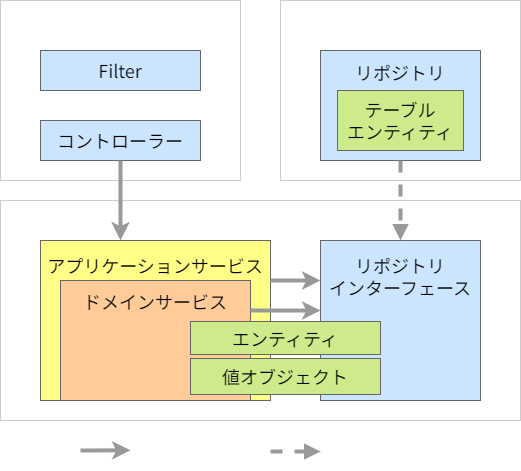
This is documents/contents/images/app-architecture/client-side-rendering/csr-architecture-dark.png from AlesInfiny/maia, a draw.io export, as it was before one commit. Source tidied: cells renumbered, new cells last; positions are measured from the earlier drawing's top-left corner, leaving out a move shared by most shapes.
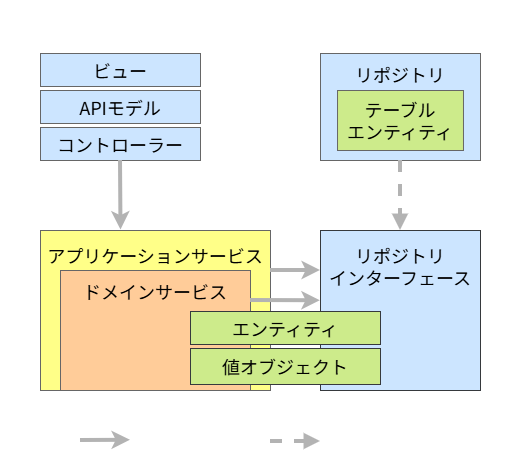
Above is the later version.

Diff of the diagram source:
```diff
@@ -2,73 +2,74 @@
   <root>
     <mxCell id="0" />
     <mxCell id="1" parent="0" />
-    <mxCell id="2" value="&lt;font&gt;アプリケーションコア層&lt;br&gt;&lt;/font&gt;" style="rounded=0;whiteSpace=wrap;html=1;fontFamily=Noto Sans JP;fontSize=18;strokeWidth=1;fontSource=https%3A%2F%2Ffonts.googleapis.com%2Fcss%3Ffamily%3DNoto%2BSans%2BJP;fillColor=none;strokeColor=#CCCCCC;spacingTop=8;verticalAlign=top;fontColor=#FFFFFF;" parent="1" vertex="1">
+    <mxCell id="2" value="&lt;font&gt;&lt;span style=&quot;color: rgb(255, 255, 255);&quot;&gt;アプリケーションコア層&lt;/span&gt;&lt;br&gt;&lt;/font&gt;" style="rounded=0;whiteSpace=wrap;html=1;fontFamily=Noto Sans JP;fontSize=18;strokeWidth=1;fontSource=https%3A%2F%2Ffonts.googleapis.com%2Fcss%3Ffamily%3DNoto%2BSans%2BJP;fillColor=none;strokeColor=#FFFFFF;spacingTop=8;verticalAlign=top;fontColor=#FFFFFF;" parent="1" vertex="1">
       <mxGeometry y="200" width="520" height="220" as="geometry" />
     </mxCell>
     <mxCell id="3" value="&lt;div&gt;&lt;font color=&quot;#000000&quot;&gt;アプリケーションサービス&lt;/font&gt;&lt;/div&gt;" style="rounded=0;whiteSpace=wrap;html=1;fontFamily=Noto Sans JP;fontSize=18;fillColor=#ffff88;strokeColor=#666666;strokeWidth=1;spacingLeft=0;fontSource=https%3A%2F%2Ffonts.googleapis.com%2Fcss%3Ffamily%3DNoto%2BSans%2BJP;align=center;verticalAlign=top;spacingTop=8;" parent="1" vertex="1">
       <mxGeometry x="40" y="240" width="230" height="160" as="geometry" />
     </mxCell>
-    <mxCell id="4" value="&lt;font&gt;インフラストラクチャ層&lt;br&gt;&lt;/font&gt;" style="rounded=0;whiteSpace=wrap;html=1;fontFamily=Noto Sans JP;fontSize=18;strokeWidth=1;fontSource=https%3A%2F%2Ffonts.googleapis.com%2Fcss%3Ffamily%3DNoto%2BSans%2BJP;fillColor=none;strokeColor=#CCCCCC;spacingTop=8;verticalAlign=top;fontColor=#FFFFFF;" parent="1" vertex="1">
-      <mxGeometry x="280" width="240" height="180" as="geometry" />
+    <mxCell id="4" value="&lt;font&gt;&lt;span style=&quot;color: rgb(255, 255, 255);&quot;&gt;インフラストラクチャ層&lt;/span&gt;&lt;br&gt;&lt;/font&gt;" style="rounded=0;whiteSpace=wrap;html=1;fontFamily=Noto Sans JP;fontSize=18;strokeWidth=1;fontSource=https%3A%2F%2Ffonts.googleapis.com%2Fcss%3Ffamily%3DNoto%2BSans%2BJP;fillColor=none;strokeColor=#FFFFFF;spacingTop=8;verticalAlign=top;fontColor=#FFFFFF;" parent="1" vertex="1">
+      <mxGeometry x="280" y="10" width="240" height="170" as="geometry" />
     </mxCell>
-    <mxCell id="5" value="&lt;font&gt;プレゼンテーション層&lt;br&gt;&lt;/font&gt;" style="rounded=0;whiteSpace=wrap;html=1;fontFamily=Noto Sans JP;fontSize=18;strokeWidth=1;fontSource=https%3A%2F%2Ffonts.googleapis.com%2Fcss%3Ffamily%3DNoto%2BSans%2BJP;fillColor=none;strokeColor=#CCCCCC;spacingTop=8;verticalAlign=top;fontColor=#FFFFFF;" parent="1" vertex="1">
-      <mxGeometry width="240" height="180" as="geometry" />
+    <mxCell id="5" value="&lt;font&gt;&lt;span style=&quot;color: rgb(255, 255, 255);&quot;&gt;プレゼンテーション層&lt;/span&gt;&lt;br&gt;&lt;/font&gt;" style="rounded=0;whiteSpace=wrap;html=1;fontFamily=Noto Sans JP;fontSize=18;strokeWidth=1;fontSource=https%3A%2F%2Ffonts.googleapis.com%2Fcss%3Ffamily%3DNoto%2BSans%2BJP;fillColor=none;strokeColor=#FFFFFF;spacingTop=8;verticalAlign=top;fontColor=#FFFFFF;" parent="1" vertex="1">
+      <mxGeometry y="10" width="240" height="170" as="geometry" />
     </mxCell>
     <mxCell id="6" value="&lt;div&gt;&lt;font color=&quot;#000000&quot;&gt;ドメインサービス&lt;/font&gt;&lt;/div&gt;" style="rounded=0;whiteSpace=wrap;html=1;fontFamily=Noto Sans JP;fontSize=18;fillColor=#ffcc99;strokeColor=#666666;strokeWidth=1;spacingLeft=0;fontSource=https%3A%2F%2Ffonts.googleapis.com%2Fcss%3Ffamily%3DNoto%2BSans%2BJP;align=center;verticalAlign=top;spacingTop=4;" parent="1" vertex="1">
       <mxGeometry x="60" y="280" width="190" height="120" as="geometry" />
     </mxCell>
     <mxCell id="7" value="&lt;font color=&quot;#000000&quot;&gt;リポジトリ&lt;br&gt;&lt;br&gt;&lt;br&gt;&lt;br&gt;&lt;/font&gt;" style="rounded=0;whiteSpace=wrap;html=1;fontFamily=Noto Sans JP;fontSize=18;fillColor=#cce5ff;strokeColor=#666666;strokeWidth=1;spacingLeft=0;fontSource=https%3A%2F%2Ffonts.googleapis.com%2Fcss%3Ffamily%3DNoto%2BSans%2BJP;" parent="1" vertex="1">
-      <mxGeometry x="320" y="50" width="160" height="110" as="geometry" />
+      <mxGeometry x="320" y="63" width="160" height="107" as="geometry" />
     </mxCell>
-    <mxCell id="8" value="&lt;font color=&quot;#000000&quot;&gt;リポジトリ&lt;br&gt;インターフェース&lt;br&gt;&lt;/font&gt;" style="rounded=0;whiteSpace=wrap;html=1;fontFamily=Noto Sans JP;fontSize=18;fillColor=#cce5ff;strokeColor=#666666;strokeWidth=1;spacingLeft=0;fontSource=https%3A%2F%2Ffonts.googleapis.com%2Fcss%3Ffamily%3DNoto%2BSans%2BJP;verticalAlign=top;spacingTop=8;" parent="1" vertex="1">
+    <mxCell id="8" value="&lt;font color=&quot;#000000&quot;&gt;リポジトリ&lt;br&gt;インターフェース&lt;br&gt;&lt;/font&gt;" style="rounded=0;whiteSpace=wrap;html=1;fontFamily=Noto Sans JP;fontSize=18;fillColor=#cce5ff;strokeColor=#36393d;strokeWidth=1;spacingLeft=0;fontSource=https%3A%2F%2Ffonts.googleapis.com%2Fcss%3Ffamily%3DNoto%2BSans%2BJP;verticalAlign=top;spacingTop=8;" parent="1" vertex="1">
       <mxGeometry x="320" y="240" width="160" height="160" as="geometry" />
     </mxCell>
     <mxCell id="9" value="&lt;font color=&quot;#000000&quot;&gt;コントローラー&lt;/font&gt;" style="rounded=0;whiteSpace=wrap;html=1;fontFamily=Noto Sans JP;fontSize=18;fillColor=#cce5ff;strokeColor=#666666;strokeWidth=1;spacingLeft=0;fontSource=https%3A%2F%2Ffonts.googleapis.com%2Fcss%3Ffamily%3DNoto%2BSans%2BJP;" parent="1" vertex="1">
-      <mxGeometry x="40" y="120" width="160" height="40" as="geometry" />
+      <mxGeometry x="40" y="137" width="160" height="33" as="geometry" />
     </mxCell>
-    <mxCell id="10" value="&lt;font color=&quot;#000000&quot;&gt;Filter&lt;/font&gt;" style="rounded=0;whiteSpace=wrap;html=1;fontFamily=Noto Sans JP;fontSize=18;fillColor=#cce5ff;strokeColor=#666666;strokeWidth=1;spacingLeft=0;fontSource=https%3A%2F%2Ffonts.googleapis.com%2Fcss%3Ffamily%3DNoto%2BSans%2BJP;" parent="1" vertex="1">
-      <mxGeometry x="40" y="50" width="160" height="40" as="geometry" />
-    </mxCell>
+    <mxCell id="22" value="APIモデル" style="rounded=0;whiteSpace=wrap;html=1;fontFamily=Noto Sans JP;fontSize=18;fillColor=#cce5ff;strokeColor=#666666;strokeWidth=1;spacingLeft=0;fontSource=https%3A%2F%2Ffonts.googleapis.com%2Fcss%3Ffamily%3DNoto%2BSans%2BJP;" parent="1" vertex="1">
+      <mxGeometry x="40" y="100" width="160" height="33" as="geometry" />
+    </mxCell>
     <mxCell id="11" value="&lt;font color=&quot;#000000&quot;&gt;テーブル&lt;br&gt;エンティティ&lt;/font&gt;" style="rounded=0;whiteSpace=wrap;html=1;fontFamily=Noto Sans JP;fontSize=18;fillColor=#cdeb8b;strokeColor=#666666;strokeWidth=1;spacingLeft=0;fontSource=https%3A%2F%2Ffonts.googleapis.com%2Fcss%3Ffamily%3DNoto%2BSans%2BJP;" parent="1" vertex="1">
-      <mxGeometry x="337" y="90" width="126" height="60" as="geometry" />
+      <mxGeometry x="337" y="100" width="126" height="60" as="geometry" />
     </mxCell>
-    <mxCell id="12" style="edgeStyle=none;sketch=0;html=1;exitX=0.5;exitY=1;exitDx=0;exitDy=0;shadow=0;fontColor=#000000;endArrow=classic;endFill=1;strokeColor=#999999;strokeWidth=4;" parent="1" edge="1" source="9">
-      <mxGeometry relative="1" as="geometry">
-        <mxPoint x="120" y="240" as="targetPoint" />
-      </mxGeometry>
-    </mxCell>
+    <mxCell id="23" style="edgeStyle=none;sketch=0;html=1;exitX=0.5;exitY=1;exitDx=0;exitDy=0;shadow=0;fontColor=#000000;endArrow=classic;endFill=1;strokeColor=#B3B3B3;strokeWidth=4;entryX=0.35;entryY=-0.003;entryDx=0;entryDy=0;entryPerimeter=0;" parent="1" edge="1" source="9" target="3">
+      <mxGeometry relative="1" as="geometry" />
+    </mxCell>
-    <mxCell id="13" style="edgeStyle=none;sketch=0;html=1;exitX=0.5;exitY=1;exitDx=0;exitDy=0;shadow=0;fontColor=#000000;endArrow=block;endFill=1;strokeColor=#999999;strokeWidth=4;dashed=1;" parent="1" edge="1" source="7" target="8">
+    <mxCell id="13" style="edgeStyle=none;sketch=0;html=1;exitX=0.5;exitY=1;exitDx=0;exitDy=0;shadow=0;fontColor=#000000;endArrow=block;endFill=1;strokeColor=#B3B3B3;strokeWidth=4;dashed=1;" parent="1" edge="1" source="7" target="8">
       <mxGeometry relative="1" as="geometry" />
     </mxCell>
-    <mxCell id="14" value="値オブジェクト" style="rounded=0;whiteSpace=wrap;html=1;fontFamily=Noto Sans JP;fontSize=18;fillColor=#cdeb8b;strokeColor=#666666;strokeWidth=1;spacingLeft=0;fontSource=https%3A%2F%2Ffonts.googleapis.com%2Fcss%3Ffamily%3DNoto%2BSans%2BJP;" parent="1" vertex="1">
-      <mxGeometry x="190" y="358" width="190" height="36" as="geometry" />
-    </mxCell>
     <mxCell id="15" value="依存関係" style="text;html=1;strokeColor=none;fillColor=none;align=left;verticalAlign=middle;whiteSpace=wrap;rounded=0;fontFamily=Noto Sans JP;fontSource=https%3A%2F%2Ffonts.googleapis.com%2Fcss%3Ffamily%3DNoto%2BSans%2BJP;fontSize=18;fontColor=#FFFFFF;" parent="1" vertex="1">
       <mxGeometry x="140" y="430" width="90" height="40" as="geometry" />
     </mxCell>
-    <mxCell id="16" style="edgeStyle=none;sketch=0;html=1;shadow=0;fontColor=#000000;endArrow=classic;endFill=1;strokeColor=#999999;strokeWidth=4;" parent="1" edge="1">
-      <mxGeometry relative="1" as="geometry">
-        <mxPoint x="80" y="450" as="sourcePoint" />
-        <mxPoint x="130" y="449.8" as="targetPoint" />
-      </mxGeometry>
-    </mxCell>
+    <mxCell id="24" style="edgeStyle=none;sketch=0;html=1;shadow=0;fontColor=#000000;endArrow=classic;endFill=1;strokeColor=#B3B3B3;strokeWidth=4;" parent="1" edge="1">
+      <mxGeometry relative="1" as="geometry">
+        <mxPoint x="80" y="450" as="sourcePoint" />
+        <mxPoint x="130" y="449.8" as="targetPoint" />
+      </mxGeometry>
+    </mxCell>
     <mxCell id="17" value="実装関係" style="text;html=1;strokeColor=none;fillColor=none;align=left;verticalAlign=middle;whiteSpace=wrap;rounded=0;fontFamily=Noto Sans JP;fontSource=https%3A%2F%2Ffonts.googleapis.com%2Fcss%3Ffamily%3DNoto%2BSans%2BJP;fontSize=18;fontColor=#FFFFFF;" parent="1" vertex="1">
       <mxGeometry x="328.4" y="430" width="90" height="40" as="geometry" />
     </mxCell>
-    <mxCell id="18" style="edgeStyle=none;sketch=0;html=1;shadow=0;fontColor=#000000;endArrow=block;endFill=1;strokeColor=#999999;strokeWidth=4;dashed=1;" parent="1" edge="1">
-      <mxGeometry relative="1" as="geometry">
-        <mxPoint x="270" y="451" as="sourcePoint" />
-        <mxPoint x="320" y="451" as="targetPoint" />
-      </mxGeometry>
-    </mxCell>
+    <mxCell id="25" style="edgeStyle=none;sketch=0;html=1;shadow=0;fontColor=#000000;endArrow=block;endFill=1;strokeColor=#B3B3B3;strokeWidth=4;dashed=1;" parent="1" edge="1">
+      <mxGeometry relative="1" as="geometry">
+        <mxPoint x="270" y="451" as="sourcePoint" />
+        <mxPoint x="320" y="451" as="targetPoint" />
+      </mxGeometry>
+    </mxCell>
-    <mxCell id="19" style="edgeStyle=none;sketch=0;html=1;shadow=0;fontColor=#000000;endArrow=classic;endFill=1;strokeColor=#999999;strokeWidth=4;exitX=1;exitY=0.25;exitDx=0;exitDy=0;entryX=0;entryY=0.438;entryDx=0;entryDy=0;entryPerimeter=0;" parent="1" edge="1" source="6" target="8">
+    <mxCell id="19" style="edgeStyle=none;sketch=0;html=1;shadow=0;fontColor=#000000;endArrow=classic;endFill=1;strokeColor=#B3B3B3;strokeWidth=4;exitX=1;exitY=0.25;exitDx=0;exitDy=0;entryX=-0.001;entryY=0.439;entryDx=0;entryDy=0;entryPerimeter=0;" parent="1" edge="1" source="6" target="8">
       <mxGeometry relative="1" as="geometry" />
     </mxCell>
-    <mxCell id="20" style="edgeStyle=none;sketch=0;html=1;exitX=1;exitY=0.25;exitDx=0;exitDy=0;shadow=0;fontColor=#000000;endArrow=classic;endFill=1;strokeColor=#999999;strokeWidth=4;entryX=0;entryY=0.25;entryDx=0;entryDy=0;" parent="1" edge="1" source="3" target="8">
+    <mxCell id="20" style="edgeStyle=none;sketch=0;html=1;exitX=1;exitY=0.25;exitDx=0;exitDy=0;shadow=0;fontColor=#000000;endArrow=classic;endFill=1;strokeColor=#B3B3B3;strokeWidth=4;entryX=0;entryY=0.25;entryDx=0;entryDy=0;" parent="1" edge="1" source="3" target="8">
       <mxGeometry relative="1" as="geometry" />
     </mxCell>
+    <mxCell id="14" value="値オブジェクト" style="rounded=0;whiteSpace=wrap;html=1;fontFamily=Noto Sans JP;fontSize=18;fillColor=#cdeb8b;strokeColor=#36393D;strokeWidth=1;spacingLeft=0;fontSource=https%3A%2F%2Ffonts.googleapis.com%2Fcss%3Ffamily%3DNoto%2BSans%2BJP;" parent="1" vertex="1">
+      <mxGeometry x="190" y="358" width="190" height="36" as="geometry" />
+    </mxCell>
-    <mxCell id="21" value="エンティティ" style="rounded=0;whiteSpace=wrap;html=1;fontFamily=Noto Sans JP;fontSize=18;fillColor=#cdeb8b;strokeColor=#666666;strokeWidth=1;spacingLeft=0;fontSource=https%3A%2F%2Ffonts.googleapis.com%2Fcss%3Ffamily%3DNoto%2BSans%2BJP;" parent="1" vertex="1">
+    <mxCell id="21" value="エンティティ" style="rounded=0;whiteSpace=wrap;html=1;fontFamily=Noto Sans JP;fontSize=18;fillColor=#cdeb8b;strokeColor=#36393D;strokeWidth=1;spacingLeft=0;fontSource=https%3A%2F%2Ffonts.googleapis.com%2Fcss%3Ffamily%3DNoto%2BSans%2BJP;" parent="1" vertex="1">
       <mxGeometry x="190" y="321" width="190" height="33" as="geometry" />
     </mxCell>
+    <mxCell id="26" value="&lt;font color=&quot;#000000&quot;&gt;ビュー&lt;/font&gt;" style="rounded=0;whiteSpace=wrap;html=1;fontFamily=Noto Sans JP;fontSize=18;fillColor=#cce5ff;strokeColor=#666666;strokeWidth=1;spacingLeft=0;fontSource=https%3A%2F%2Ffonts.googleapis.com%2Fcss%3Ffamily%3DNoto%2BSans%2BJP;" parent="1" vertex="1">
+      <mxGeometry x="40" y="63" width="160" height="33" as="geometry" />
+    </mxCell>
   </root>
 </mxGraphModel>
```
